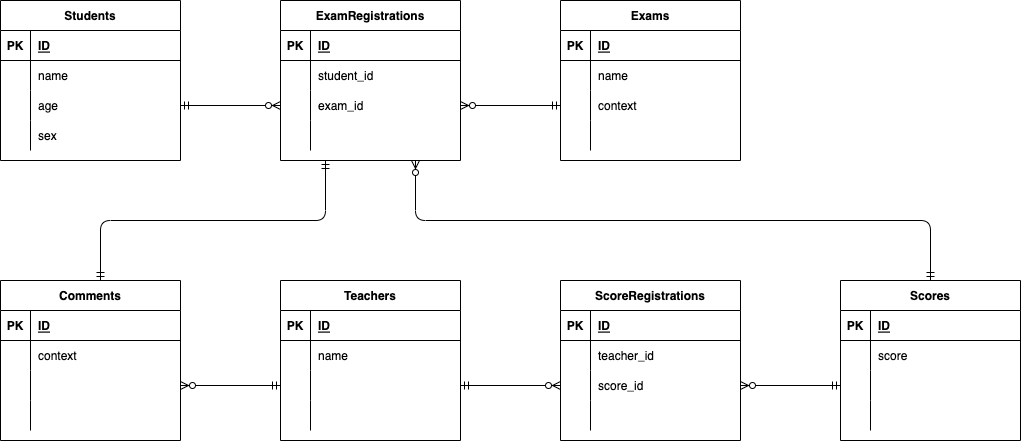
Above: ERD.drawio.png in KotaUtsunomiya/DatabaseDesign_section8_Practice (draw.io), before the change. Source tidied: cells renumbered, new cells last; positions are measured from the earlier drawing's top-left corner, leaving out a move shared by most shapes.
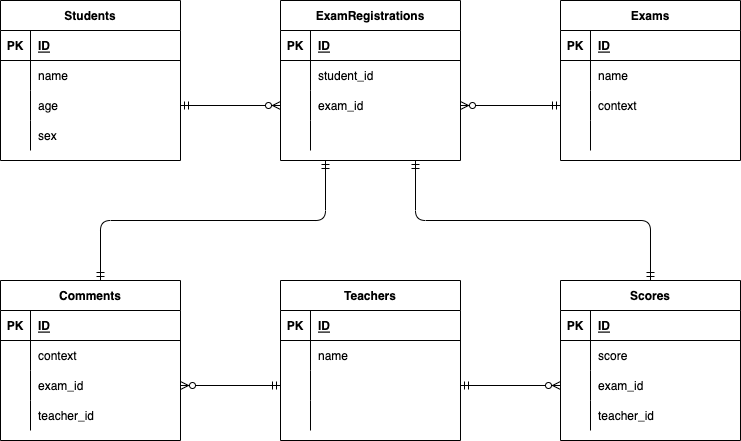
After the change.

Change to the diagram source:
```diff
@@ -191,7 +191,7 @@
     <mxCell id="64" style="shape=partialRectangle;fillColor=none;top=0;left=0;bottom=0;right=0;overflow=hidden;" parent="63" vertex="1">
       <mxGeometry width="30" height="30" as="geometry" />
     </mxCell>
-    <mxCell id="65" style="shape=partialRectangle;fillColor=none;top=0;left=0;bottom=0;right=0;align=left;spacingLeft=6;overflow=hidden;" parent="63" vertex="1">
+    <mxCell id="65" value="exam_id" style="shape=partialRectangle;fillColor=none;top=0;left=0;bottom=0;right=0;align=left;spacingLeft=6;overflow=hidden;" parent="63" vertex="1">
       <mxGeometry x="30" width="150" height="30" as="geometry" />
     </mxCell>
     <mxCell id="66" style="shape=partialRectangle;fillColor=none;top=0;left=0;bottom=0;right=0;" parent="56" vertex="1">
@@ -200,50 +200,11 @@
     <mxCell id="67" style="shape=partialRectangle;fillColor=none;top=0;left=0;bottom=0;right=0;overflow=hidden;" parent="66" vertex="1">
       <mxGeometry width="30" height="30" as="geometry" />
     </mxCell>
-    <mxCell id="68" style="shape=partialRectangle;fillColor=none;top=0;left=0;bottom=0;right=0;align=left;spacingLeft=6;overflow=hidden;" parent="66" vertex="1">
+    <mxCell id="68" value="teacher_id" style="shape=partialRectangle;fillColor=none;top=0;left=0;bottom=0;right=0;align=left;spacingLeft=6;overflow=hidden;" parent="66" vertex="1">
       <mxGeometry x="30" width="150" height="30" as="geometry" />
     </mxCell>
-    <mxCell id="69" value="ScoreRegistrations" style="shape=table;startSize=30;rowLines=0;fontStyle=1;align=center;" parent="1" vertex="1">
-      <mxGeometry x="560" y="280" width="180" height="160" as="geometry" />
-    </mxCell>
-    <mxCell id="70" style="shape=partialRectangle;fillColor=none;top=0;left=0;bottom=1;right=0;" parent="69" vertex="1">
-      <mxGeometry y="30" width="180" height="30" as="geometry" />
-    </mxCell>
-    <mxCell id="71" value="PK" style="shape=partialRectangle;fillColor=none;top=0;left=0;bottom=0;right=0;fontStyle=1;overflow=hidden;" parent="70" vertex="1">
-      <mxGeometry width="30" height="30" as="geometry" />
-    </mxCell>
-    <mxCell id="72" value="ID" style="shape=partialRectangle;fillColor=none;top=0;left=0;bottom=0;right=0;align=left;spacingLeft=6;fontStyle=5;overflow=hidden;" parent="70" vertex="1">
-      <mxGeometry x="30" width="150" height="30" as="geometry" />
-    </mxCell>
-    <mxCell id="73" style="shape=partialRectangle;fillColor=none;top=0;left=0;bottom=0;right=0;" parent="69" vertex="1">
-      <mxGeometry y="60" width="180" height="30" as="geometry" />
-    </mxCell>
-    <mxCell id="74" style="shape=partialRectangle;fillColor=none;top=0;left=0;bottom=0;right=0;overflow=hidden;" parent="73" vertex="1">
-      <mxGeometry width="30" height="30" as="geometry" />
-    </mxCell>
-    <mxCell id="75" value="teacher_id" style="shape=partialRectangle;fillColor=none;top=0;left=0;bottom=0;right=0;align=left;spacingLeft=6;overflow=hidden;" parent="73" vertex="1">
-      <mxGeometry x="30" width="150" height="30" as="geometry" />
-    </mxCell>
-    <mxCell id="76" style="shape=partialRectangle;fillColor=none;top=0;left=0;bottom=0;right=0;points=[[0,0.5],[1,0.5]];portConstraint=eastwest;" parent="69" vertex="1">
-      <mxGeometry y="90" width="180" height="30" as="geometry" />
-    </mxCell>
-    <mxCell id="77" style="shape=partialRectangle;fillColor=none;top=0;left=0;bottom=0;right=0;overflow=hidden;" parent="76" vertex="1">
-      <mxGeometry width="30" height="30" as="geometry" />
-    </mxCell>
-    <mxCell id="78" value="score_id" style="shape=partialRectangle;fillColor=none;top=0;left=0;bottom=0;right=0;align=left;spacingLeft=6;overflow=hidden;" parent="76" vertex="1">
-      <mxGeometry x="30" width="150" height="30" as="geometry" />
-    </mxCell>
-    <mxCell id="79" style="shape=partialRectangle;fillColor=none;top=0;left=0;bottom=0;right=0;" parent="69" vertex="1">
-      <mxGeometry y="120" width="180" height="30" as="geometry" />
-    </mxCell>
-    <mxCell id="80" style="shape=partialRectangle;fillColor=none;top=0;left=0;bottom=0;right=0;overflow=hidden;" parent="79" vertex="1">
-      <mxGeometry width="30" height="30" as="geometry" />
-    </mxCell>
-    <mxCell id="81" style="shape=partialRectangle;fillColor=none;top=0;left=0;bottom=0;right=0;align=left;spacingLeft=6;overflow=hidden;" parent="79" vertex="1">
-      <mxGeometry x="30" width="150" height="30" as="geometry" />
-    </mxCell>
     <mxCell id="82" value="Scores" style="shape=table;startSize=30;rowLines=0;fontStyle=1;align=center;" parent="1" vertex="1">
-      <mxGeometry x="840" y="280" width="180" height="160" as="geometry" />
+      <mxGeometry x="560" y="280" width="180" height="160" as="geometry" />
     </mxCell>
     <mxCell id="83" style="shape=partialRectangle;fillColor=none;top=0;left=0;bottom=1;right=0;" parent="82" vertex="1">
       <mxGeometry y="30" width="180" height="30" as="geometry" />
@@ -269,7 +230,7 @@
     <mxCell id="90" style="shape=partialRectangle;fillColor=none;top=0;left=0;bottom=0;right=0;overflow=hidden;" parent="89" vertex="1">
       <mxGeometry width="30" height="30" as="geometry" />
     </mxCell>
-    <mxCell id="91" style="shape=partialRectangle;fillColor=none;top=0;left=0;bottom=0;right=0;align=left;spacingLeft=6;overflow=hidden;" parent="89" vertex="1">
+    <mxCell id="91" value="exam_id" style="shape=partialRectangle;fillColor=none;top=0;left=0;bottom=0;right=0;align=left;spacingLeft=6;overflow=hidden;" parent="89" vertex="1">
       <mxGeometry x="30" width="150" height="30" as="geometry" />
     </mxCell>
     <mxCell id="92" style="shape=partialRectangle;fillColor=none;top=0;left=0;bottom=0;right=0;" parent="82" vertex="1">
@@ -278,7 +239,7 @@
     <mxCell id="93" style="shape=partialRectangle;fillColor=none;top=0;left=0;bottom=0;right=0;overflow=hidden;" parent="92" vertex="1">
       <mxGeometry width="30" height="30" as="geometry" />
     </mxCell>
-    <mxCell id="94" style="shape=partialRectangle;fillColor=none;top=0;left=0;bottom=0;right=0;align=left;spacingLeft=6;overflow=hidden;" parent="92" vertex="1">
+    <mxCell id="94" value="teacher_id" style="shape=partialRectangle;fillColor=none;top=0;left=0;bottom=0;right=0;align=left;spacingLeft=6;overflow=hidden;" parent="92" vertex="1">
       <mxGeometry x="30" width="150" height="30" as="geometry" />
     </mxCell>
     <mxCell id="95" style="edgeStyle=elbowEdgeStyle;fontSize=12;html=1;endArrow=ERmandOne;startArrow=ERmandOne;entryX=0.25;entryY=1;entryDx=0;entryDy=0;elbow=vertical;" parent="1" edge="1" target="15">
@@ -286,17 +247,16 @@
         <mxPoint x="100" y="280" as="sourcePoint" />
       </mxGeometry>
     </mxCell>
-    <mxCell id="96" style="fontSize=12;html=1;endArrow=ERzeroToMany;startArrow=ERmandOne;exitX=0.5;exitY=0;exitDx=0;exitDy=0;entryX=0.75;entryY=1;entryDx=0;entryDy=0;edgeStyle=elbowEdgeStyle;elbow=vertical;" parent="1" edge="1" source="82" target="15">
-      <mxGeometry relative="1" as="geometry" />
-    </mxCell>
-    <mxCell id="97" style="fontSize=12;html=1;endArrow=ERzeroToMany;startArrow=ERmandOne;exitX=0;exitY=0.5;exitDx=0;exitDy=0;entryX=1;entryY=0.5;entryDx=0;entryDy=0;" parent="1" edge="1" source="89" target="76">
-      <mxGeometry relative="1" as="geometry" />
-    </mxCell>
-    <mxCell id="98" style="fontSize=12;html=1;endArrow=ERzeroToMany;startArrow=ERmandOne;exitX=1;exitY=0.5;exitDx=0;exitDy=0;entryX=0;entryY=0.5;entryDx=0;entryDy=0;" parent="1" edge="1" source="50" target="76">
-      <mxGeometry relative="1" as="geometry" />
+    <mxCell id="98" style="fontSize=12;html=1;endArrow=ERzeroToMany;startArrow=ERmandOne;exitX=1;exitY=0.5;exitDx=0;exitDy=0;entryX=0;entryY=0.5;entryDx=0;entryDy=0;" parent="1" edge="1" source="50">
+      <mxGeometry relative="1" as="geometry">
+        <mxPoint x="560" y="385" as="targetPoint" />
+      </mxGeometry>
     </mxCell>
     <mxCell id="99" style="fontSize=12;html=1;endArrow=ERzeroToMany;startArrow=ERmandOne;exitX=0;exitY=0.5;exitDx=0;exitDy=0;entryX=1;entryY=0.5;entryDx=0;entryDy=0;" parent="1" edge="1" source="50" target="63">
       <mxGeometry relative="1" as="geometry" />
     </mxCell>
+    <mxCell id="96" style="edgeStyle=elbowEdgeStyle;fontSize=12;html=1;endArrow=ERmandOne;startArrow=ERmandOne;entryX=0.75;entryY=1;entryDx=0;entryDy=0;elbow=vertical;exitX=0.5;exitY=0;exitDx=0;exitDy=0;" parent="1" edge="1" source="82" target="15">
+      <mxGeometry relative="1" as="geometry" />
+    </mxCell>
   </root>
 </mxGraphModel>
```
